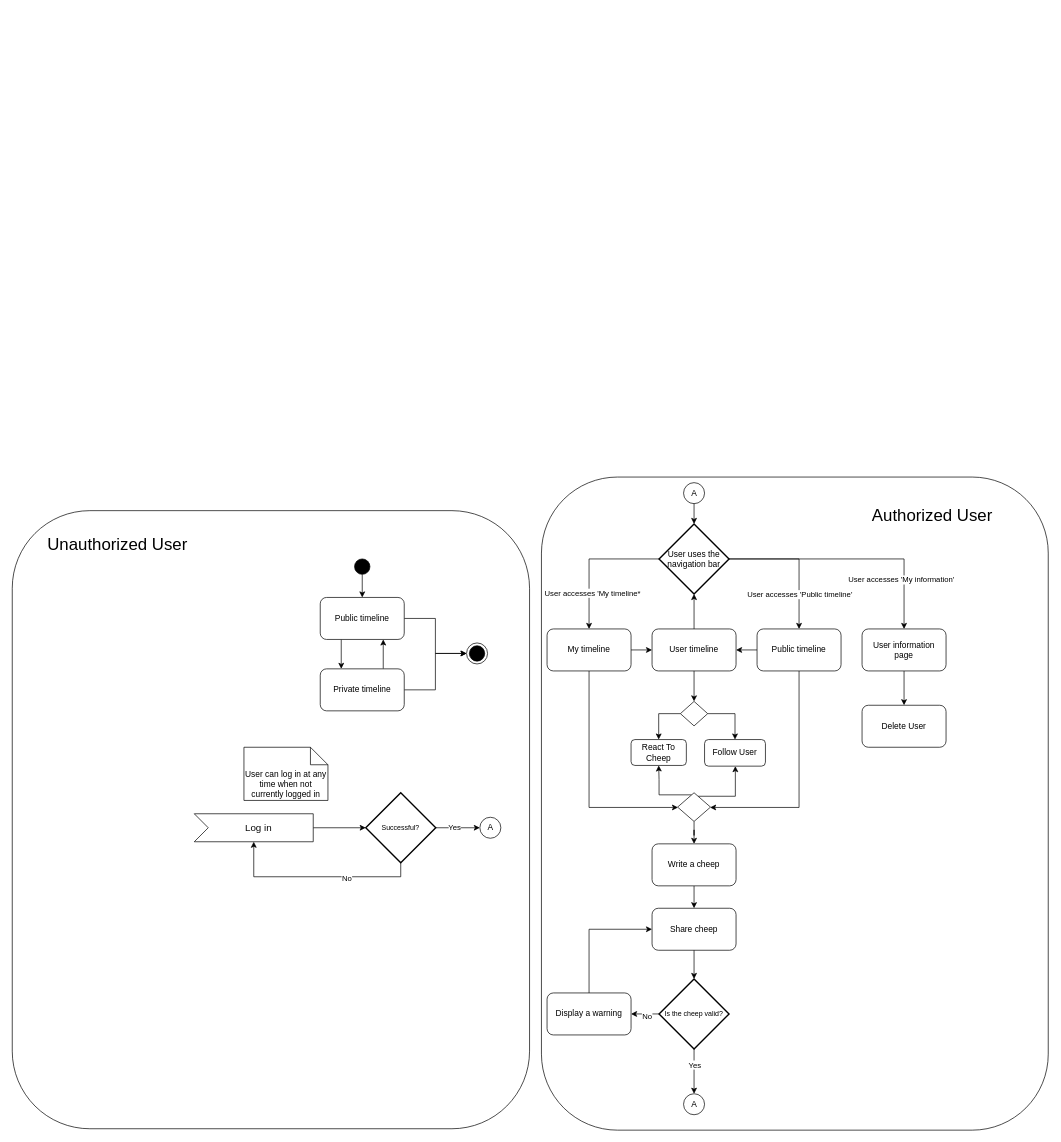
ITU-BDSA23-GROUP21/Chirp keeps this draw.io diagram as docs/diagrams/UserActivity.drawio. Above is the earlier version. Source tidied: cells renumbered, new cells numbered last; positions are measured from the earlier drawing's top-left corner, leaving out a move shared by most shapes. Both pictures are drawn from the tidied source at 70%, with x=0, y=0 at pixel (12, 477).
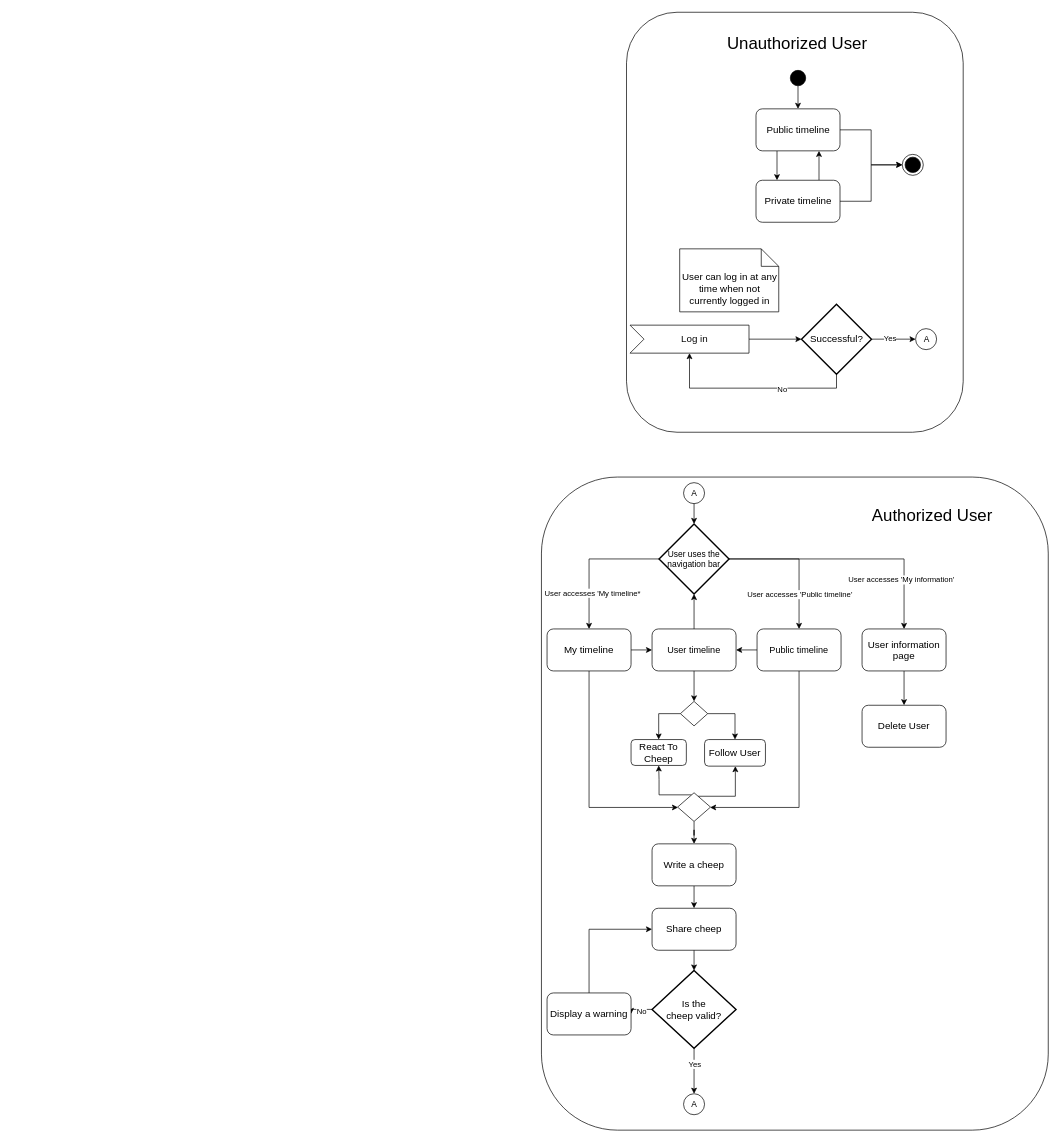
The same diagram, later.

Commit message (it also covers changes not shown here):
Updatet useractivity diagrams

Diff of the diagram source:
```diff
@@
     <mxCell id="3" style="rounded=1;whiteSpace=wrap;html=1;" parent="1" vertex="1">
-      <mxGeometry y="48" width="739" height="883" as="geometry" />
+      <mxGeometry x="877.5" y="-664" width="481" height="600" as="geometry" />
     </mxCell>
@@
     <mxCell id="5" style="ellipse;whiteSpace=wrap;html=1;fillColor=#000000;" parent="1" vertex="1">
-      <mxGeometry x="489" y="117" width="22" height="22" as="geometry" />
+      <mxGeometry x="1111.5" y="-581" width="22" height="22" as="geometry" />
     </mxCell>
@@
-    <mxCell id="8" value="Public timeline" style="rounded=1;whiteSpace=wrap;html=1;" parent="1" vertex="1">
-      <mxGeometry x="440" y="172" width="120" height="60" as="geometry" />
+    <mxCell id="8" value="&lt;font style=&quot;font-size: 14px;&quot;&gt;Public timeline&lt;/font&gt;" style="rounded=1;whiteSpace=wrap;html=1;" parent="1" vertex="1">
+      <mxGeometry x="1062.5" y="-526" width="120" height="60" as="geometry" />
     </mxCell>
@@
-    <mxCell id="11" value="Private timeline" style="rounded=1;whiteSpace=wrap;html=1;" parent="1" vertex="1">
-      <mxGeometry x="440" y="274" width="120" height="60" as="geometry" />
+    <mxCell id="11" value="&lt;font style=&quot;font-size: 14px;&quot;&gt;Private timeline&lt;/font&gt;" style="rounded=1;whiteSpace=wrap;html=1;" parent="1" vertex="1">
+      <mxGeometry x="1062.5" y="-424" width="120" height="60" as="geometry" />
     </mxCell>
     <mxCell id="12" value="&lt;font color=&quot;#0a0a0a&quot;&gt;Log in&lt;/font&gt;" style="html=1;shape=mxgraph.infographic.ribbonSimple;notch1=20;notch2=0;align=center;verticalAlign=middle;fontSize=14;fontStyle=0;fillColor=#FFFFFF;flipH=0;spacingRight=0;spacingLeft=14;whiteSpace=wrap;" parent="1" vertex="1">
-      <mxGeometry x="260" y="481" width="170" height="40" as="geometry" />
+      <mxGeometry x="882.5" y="-217" width="170" height="40" as="geometry" />
     </mxCell>
-    <mxCell id="13" value="User can log in at any time when not currently logged in" style="shape=note2;boundedLbl=1;whiteSpace=wrap;html=1;size=25;verticalAlign=top;align=center;" parent="1" vertex="1">
-      <mxGeometry x="331" y="386" width="120" height="76" as="geometry" />
+    <mxCell id="13" value="&lt;font style=&quot;font-size: 14px;&quot;&gt;User can log in at any time when not currently logged in&lt;/font&gt;" style="shape=note2;boundedLbl=1;whiteSpace=wrap;html=1;size=25;verticalAlign=top;align=center;" parent="1" vertex="1">
+      <mxGeometry x="953.5" y="-326" width="141.5" height="90" as="geometry" />
     </mxCell>
     <mxCell id="14" value="A" style="ellipse;html=1;" parent="1" vertex="1">
-      <mxGeometry x="668" y="486" width="30" height="30" as="geometry" />
+      <mxGeometry x="1290.5" y="-212" width="30" height="30" as="geometry" />
     </mxCell>
@@
-    <mxCell id="17" value="&lt;font style=&quot;font-size: 10px;&quot;&gt;Successful?&lt;/font&gt;" style="strokeWidth=2;html=1;shape=mxgraph.flowchart.decision;whiteSpace=wrap;" parent="1" vertex="1">
-      <mxGeometry x="505" y="451" width="100" height="100" as="geometry" />
+    <mxCell id="17" value="&lt;font style=&quot;font-size: 14px;&quot;&gt;Successful?&lt;/font&gt;" style="strokeWidth=2;html=1;shape=mxgraph.flowchart.decision;whiteSpace=wrap;" parent="1" vertex="1">
+      <mxGeometry x="1127.5" y="-247" width="100" height="100" as="geometry" />
     </mxCell>
@@
-    <mxCell id="22" value="User timeline" style="rounded=1;whiteSpace=wrap;html=1;" parent="1" vertex="1">
+    <mxCell id="22" value="&lt;font style=&quot;font-size: 13px;&quot;&gt;User timeline&lt;/font&gt;" style="rounded=1;whiteSpace=wrap;html=1;" parent="1" vertex="1">
       <mxGeometry x="914" y="217" width="120" height="60" as="geometry" />
     </mxCell>
@@
-    <mxCell id="25" value="My timeline" style="rounded=1;whiteSpace=wrap;html=1;" parent="1" vertex="1">
+    <mxCell id="25" value="&lt;font style=&quot;font-size: 14px;&quot;&gt;My timeline&lt;/font&gt;" style="rounded=1;whiteSpace=wrap;html=1;" parent="1" vertex="1">
       <mxGeometry x="764" y="217" width="120" height="60" as="geometry" />
     </mxCell>
@@
-    <mxCell id="27" value="Write a cheep" style="rounded=1;whiteSpace=wrap;html=1;" parent="1" vertex="1">
+    <mxCell id="27" value="&lt;font style=&quot;font-size: 14px;&quot;&gt;Write a cheep&lt;/font&gt;" style="rounded=1;whiteSpace=wrap;html=1;" parent="1" vertex="1">
       <mxGeometry x="914" y="524" width="120" height="60" as="geometry" />
     </mxCell>
-    <mxCell id="28" value="Share cheep" style="rounded=1;whiteSpace=wrap;html=1;" parent="1" vertex="1">
+    <mxCell id="28" value="&lt;font style=&quot;font-size: 14px;&quot;&gt;Share cheep&lt;/font&gt;" style="rounded=1;whiteSpace=wrap;html=1;" parent="1" vertex="1">
       <mxGeometry x="914" y="616" width="120" height="60" as="geometry" />
     </mxCell>
@@
-    <mxCell id="33" value="&lt;font style=&quot;font-size: 10px;&quot;&gt;Is the cheep valid?&lt;/font&gt;" style="strokeWidth=2;html=1;shape=mxgraph.flowchart.decision;whiteSpace=wrap;" parent="1" vertex="1">
-      <mxGeometry x="924" y="717" width="100" height="100" as="geometry" />
+    <mxCell id="33" value="&lt;font style=&quot;font-size: 14px;&quot;&gt;Is the &lt;br&gt;cheep valid?&lt;/font&gt;" style="strokeWidth=2;html=1;shape=mxgraph.flowchart.decision;whiteSpace=wrap;" parent="1" vertex="1">
+      <mxGeometry x="914" y="705" width="120" height="111" as="geometry" />
     </mxCell>
@@
-    <mxCell id="35" value="Display a warning" style="rounded=1;whiteSpace=wrap;html=1;" parent="1" vertex="1">
+    <mxCell id="35" value="&lt;font style=&quot;font-size: 14px;&quot;&gt;Display a warning&lt;/font&gt;" style="rounded=1;whiteSpace=wrap;html=1;" parent="1" vertex="1">
       <mxGeometry x="764" y="737" width="120" height="60" as="geometry" />
     </mxCell>
@@
     <mxCell id="37" style="ellipse;html=1;shape=endState;fillColor=strokeColor;" parent="1" vertex="1">
-      <mxGeometry x="649" y="237" width="30" height="30" as="geometry" />
+      <mxGeometry x="1271.5" y="-461" width="30" height="30" as="geometry" />
     </mxCell>
@@
-    <mxCell id="40" value="User information page" style="rounded=1;whiteSpace=wrap;html=1;" parent="1" vertex="1">
+    <mxCell id="40" value="&lt;font style=&quot;font-size: 14px;&quot;&gt;User information page&lt;/font&gt;" style="rounded=1;whiteSpace=wrap;html=1;" parent="1" vertex="1">
       <mxGeometry x="1214" y="217" width="120" height="60" as="geometry" />
     </mxCell>
@@
-    <mxCell id="51" value="Public timeline" style="rounded=1;whiteSpace=wrap;html=1;" parent="1" vertex="1">
+    <mxCell id="51" value="&lt;font style=&quot;font-size: 13px;&quot;&gt;Public timeline&lt;/font&gt;" style="rounded=1;whiteSpace=wrap;html=1;" parent="1" vertex="1">
       <mxGeometry x="1064" y="217" width="120" height="60" as="geometry" />
     </mxCell>
@@
-    <mxCell id="57" value="React To Cheep" style="rounded=1;whiteSpace=wrap;html=1;" parent="1" vertex="1">
+    <mxCell id="57" value="&lt;font style=&quot;font-size: 14px;&quot;&gt;React To Cheep&lt;/font&gt;" style="rounded=1;whiteSpace=wrap;html=1;" parent="1" vertex="1">
       <mxGeometry x="884" y="375" width="79" height="37" as="geometry" />
     </mxCell>
-    <mxCell id="58" value="Follow User" style="rounded=1;whiteSpace=wrap;html=1;" parent="1" vertex="1">
+    <mxCell id="58" value="&lt;font style=&quot;font-size: 14px;&quot;&gt;Follow User&lt;/font&gt;" style="rounded=1;whiteSpace=wrap;html=1;" parent="1" vertex="1">
       <mxGeometry x="989" y="375" width="87" height="38" as="geometry" />
     </mxCell>
@@
     <mxCell id="63" value="&lt;font style=&quot;font-size: 24px;&quot;&gt;Unauthorized User&lt;/font&gt;" style="text;html=1;align=center;verticalAlign=middle;strokeColor=none;fillColor=none;" parent="1" vertex="1">
-      <mxGeometry x="41" y="76" width="218" height="41" as="geometry" />
+      <mxGeometry x="1012" y="-640" width="218" height="41" as="geometry" />
     </mxCell>
@@
-    <mxCell id="65" value="Delete User" style="rounded=1;whiteSpace=wrap;html=1;" parent="1" vertex="1">
+    <mxCell id="65" value="&lt;font style=&quot;font-size: 14px;&quot;&gt;Delete User&lt;/font&gt;" style="rounded=1;whiteSpace=wrap;html=1;" parent="1" vertex="1">
       <mxGeometry x="1214" y="326" width="120" height="60" as="geometry" />
     </mxCell>
```
